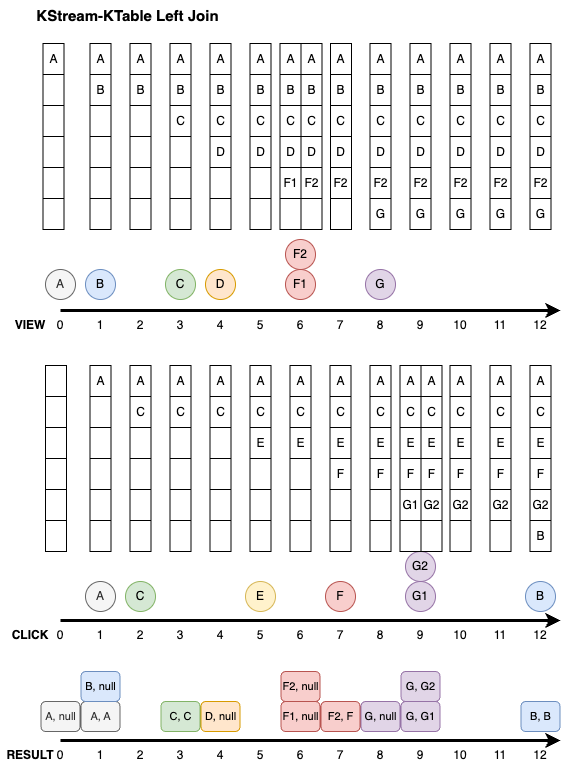
The draw.io diagram img/kafka/kafka-streams-join-7.drawio.png in windowforsun/blog, before a commit. Source tidied: cells renumbered, new cells last; positions are measured from the earlier drawing's top-left corner, leaving out a move shared by most shapes.
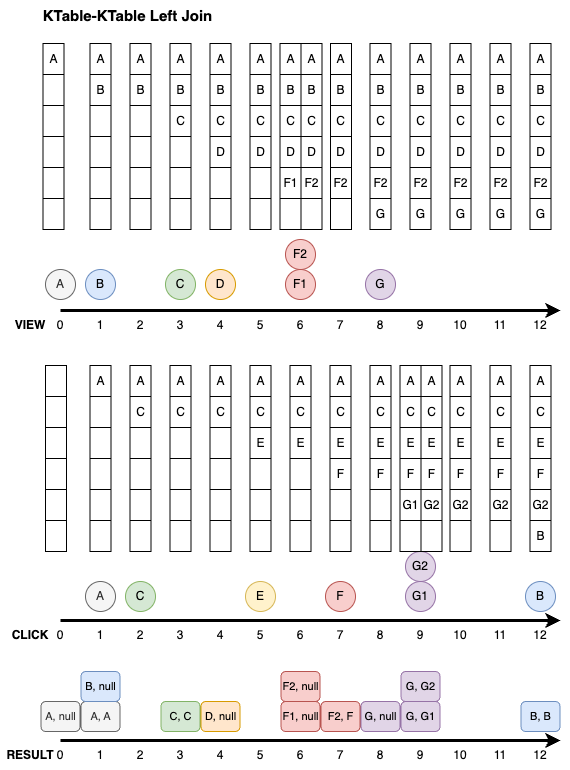
After the change.

Commit message:
kafka-streams-join-7.drawio.png이 추가되었습니다.

Diff of the diagram source:
```diff
@@ -188,7 +188,7 @@
     <mxCell id="60" value="12" style="text;html=1;align=center;verticalAlign=middle;whiteSpace=wrap;rounded=0;" parent="1" vertex="1">
       <mxGeometry x="530" y="740" width="20" height="30" as="geometry" />
     </mxCell>
-    <mxCell id="61" value="&lt;b&gt;&lt;font style=&quot;font-size: 15px;&quot;&gt;KStream-KTable Left Join&lt;/font&gt;&lt;/b&gt;" style="text;html=1;align=center;verticalAlign=middle;whiteSpace=wrap;rounded=0;" parent="1" vertex="1">
+    <mxCell id="61" value="&lt;b&gt;&lt;font style=&quot;font-size: 15px;&quot;&gt;KTable-KTable Left Join&lt;/font&gt;&lt;/b&gt;" style="text;html=1;align=center;verticalAlign=middle;whiteSpace=wrap;rounded=0;" parent="1" vertex="1">
       <mxGeometry x="20" width="215" height="30" as="geometry" />
     </mxCell>
     <mxCell id="62" value="C, C" style="rounded=1;whiteSpace=wrap;html=1;fillColor=#d5e8d4;strokeColor=#82b366;fontSize=11;" parent="1" vertex="1">
```
